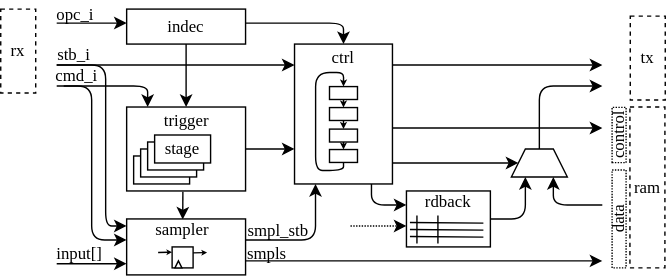
Before: doc/block_core.svg, a diagram exported from draw.io (meiniKi/logIP). Source tidied: cells renumbered, new cells last; positions are measured from the earlier drawing's top-left corner, leaving out a move shared by most shapes. Its diagram source:
```xml
<mxGraphModel>
  <root>
    <mxCell id="0" />
    <mxCell id="1" parent="0" />
    <mxCell id="2" style="edgeStyle=orthogonalEdgeStyle;rounded=1;jettySize=auto;html=1;exitX=0.5;exitY=1;exitDx=0;exitDy=0;entryX=0.5;entryY=0;entryDx=0;entryDy=0;fontFamily=Georgia;startArrow=none;startFill=0;endArrow=classic;endFill=1;endSize=6;strokeWidth=1;" parent="1" edge="1" source="3" target="22">
      <mxGeometry relative="1" as="geometry" />
    </mxCell>
    <mxCell id="3" value="indec" style="rounded=0;whiteSpace=wrap;html=1;fontFamily=Georgia;" parent="1" vertex="1">
      <mxGeometry x="90" y="6" width="85" height="25" as="geometry" />
    </mxCell>
    <mxCell id="4" style="group;" parent="1" vertex="1">
      <mxGeometry x="290" y="136" width="60" height="40" as="geometry" />
    </mxCell>
    <mxCell id="5" style="rounded=0;whiteSpace=wrap;html=1;fontFamily=Georgia;" parent="4" vertex="1">
      <mxGeometry width="60" height="40" as="geometry" />
    </mxCell>
    <mxCell id="6" style="endArrow=none;html=1;rounded=1;fontFamily=Georgia;endSize=2;strokeWidth=1;" parent="4" edge="1">
      <mxGeometry relative="1" as="geometry">
        <mxPoint x="2.5" y="22.5" as="sourcePoint" />
        <mxPoint x="55" y="23" as="targetPoint" />
      </mxGeometry>
    </mxCell>
    <mxCell id="7" style="endArrow=none;html=1;rounded=1;fontFamily=Georgia;endSize=2;strokeWidth=1;" parent="4" edge="1">
      <mxGeometry relative="1" as="geometry">
        <mxPoint x="7.5" y="17.5" as="sourcePoint" />
        <mxPoint x="7.5" y="37.5" as="targetPoint" />
      </mxGeometry>
    </mxCell>
    <mxCell id="8" style="endArrow=none;html=1;rounded=1;fontFamily=Georgia;endSize=2;strokeWidth=1;" parent="4" edge="1">
      <mxGeometry relative="1" as="geometry">
        <mxPoint x="2.5" y="27.5" as="sourcePoint" />
        <mxPoint x="55" y="28" as="targetPoint" />
      </mxGeometry>
    </mxCell>
    <mxCell id="9" style="endArrow=none;html=1;rounded=1;fontFamily=Georgia;endSize=2;strokeWidth=1;" parent="4" edge="1">
      <mxGeometry relative="1" as="geometry">
        <mxPoint x="2.5" y="32.5" as="sourcePoint" />
        <mxPoint x="55" y="33" as="targetPoint" />
      </mxGeometry>
    </mxCell>
    <mxCell id="10" style="endArrow=none;html=1;rounded=1;fontFamily=Georgia;endSize=2;strokeWidth=1;" parent="4" edge="1">
      <mxGeometry relative="1" as="geometry">
        <mxPoint x="22.5" y="17.5" as="sourcePoint" />
        <mxPoint x="22.5" y="37.5" as="targetPoint" />
      </mxGeometry>
    </mxCell>
    <mxCell id="11" value="rdback" style="text;html=1;strokeColor=none;fillColor=none;align=center;verticalAlign=middle;whiteSpace=wrap;rounded=0;fontFamily=Georgia;" parent="4" vertex="1">
      <mxGeometry width="60" height="15" as="geometry" />
    </mxCell>
    <mxCell id="12" value="opc_i" style="text;html=1;align=center;verticalAlign=middle;strokeColor=none;fillColor=none;fontFamily=Georgia;" parent="1" vertex="1">
      <mxGeometry x="33" width="40" height="20" as="geometry" />
    </mxCell>
    <mxCell id="13" style="endArrow=classic;html=1;rounded=1;fontFamily=Georgia;endSize=6;strokeWidth=1;" parent="1" edge="1">
      <mxGeometry relative="1" as="geometry">
        <mxPoint x="40" y="16" as="sourcePoint" />
        <mxPoint x="90" y="16" as="targetPoint" />
      </mxGeometry>
    </mxCell>
    <mxCell id="14" value="stb_i" style="text;html=1;align=center;verticalAlign=middle;strokeColor=none;fillColor=none;fontFamily=Georgia;" parent="1" vertex="1">
      <mxGeometry x="34" y="29" width="35" height="20" as="geometry" />
    </mxCell>
    <mxCell id="15" style="endArrow=classic;html=1;rounded=1;fontFamily=Georgia;endSize=6;strokeWidth=1;" parent="1" edge="1">
      <mxGeometry relative="1" as="geometry">
        <mxPoint x="40" y="46" as="sourcePoint" />
        <mxPoint x="210" y="46" as="targetPoint" />
      </mxGeometry>
    </mxCell>
    <mxCell id="16" style="group;" parent="1" vertex="1">
      <mxGeometry x="90" y="76" width="85" height="60" as="geometry" />
    </mxCell>
    <mxCell id="17" style="rounded=0;whiteSpace=wrap;html=1;fontFamily=Georgia;" parent="16" vertex="1">
      <mxGeometry width="85" height="60" as="geometry" />
    </mxCell>
    <mxCell id="18" style="rounded=0;whiteSpace=wrap;html=1;fontFamily=Georgia;" parent="16" vertex="1">
      <mxGeometry x="5" y="35" width="40" height="20" as="geometry" />
    </mxCell>
    <mxCell id="19" style="rounded=0;whiteSpace=wrap;html=1;fontFamily=Georgia;" parent="16" vertex="1">
      <mxGeometry x="10" y="30" width="40" height="20" as="geometry" />
    </mxCell>
    <mxCell id="20" style="rounded=0;whiteSpace=wrap;html=1;fontFamily=Georgia;" parent="16" vertex="1">
      <mxGeometry x="15" y="25" width="40" height="20" as="geometry" />
    </mxCell>
    <mxCell id="21" value="stage" style="rounded=0;whiteSpace=wrap;html=1;fontFamily=Georgia;" parent="16" vertex="1">
      <mxGeometry x="20" y="20" width="40" height="20" as="geometry" />
    </mxCell>
    <mxCell id="22" value="trigger" style="text;html=1;strokeColor=none;fillColor=none;align=center;verticalAlign=middle;whiteSpace=wrap;rounded=0;fontFamily=Georgia;" parent="16" vertex="1">
      <mxGeometry x="12.5" width="60" height="20" as="geometry" />
    </mxCell>
    <mxCell id="23" value="cmd_i" style="text;html=1;align=center;verticalAlign=middle;strokeColor=none;fillColor=none;fontFamily=Georgia;" parent="1" vertex="1">
      <mxGeometry x="31.5" y="43.5" width="45" height="20" as="geometry" />
    </mxCell>
    <mxCell id="24" style="endArrow=classic;html=1;rounded=1;fontFamily=Georgia;endSize=6;strokeWidth=1;" parent="1" edge="1">
      <mxGeometry relative="1" as="geometry">
        <mxPoint x="40" y="61" as="sourcePoint" />
        <mxPoint x="105" y="76" as="targetPoint" />
        <Array as="points">
          <mxPoint x="105" y="61" />
        </Array>
      </mxGeometry>
    </mxCell>
    <mxCell id="25" style="endArrow=classic;html=1;rounded=1;fontFamily=Georgia;endSize=6;strokeWidth=1;entryX=0.501;entryY=0.031;entryDx=0;entryDy=0;entryPerimeter=0;exitX=0.473;exitY=1.009;exitDx=0;exitDy=0;exitPerimeter=0;" parent="1" edge="1" source="17" target="45">
      <mxGeometry relative="1" as="geometry" />
    </mxCell>
    <mxCell id="26" style="shape=trapezoid;perimeter=trapezoidPerimeter;whiteSpace=wrap;html=1;fixedSize=1;fontFamily=Georgia;size=10;rotation=0;" parent="1" vertex="1">
      <mxGeometry x="365" y="106" width="40" height="20" as="geometry" />
    </mxCell>
    <mxCell id="27" style="group;" parent="1" vertex="1">
      <mxGeometry x="210" y="31" width="70" height="100" as="geometry" />
    </mxCell>
    <mxCell id="28" style="rounded=0;whiteSpace=wrap;html=1;fontFamily=Georgia;" parent="27" vertex="1">
      <mxGeometry width="70" height="100" as="geometry" />
    </mxCell>
    <mxCell id="29" style="rounded=0;whiteSpace=wrap;html=1;fontFamily=Georgia;" parent="27" vertex="1">
      <mxGeometry x="25" y="30.4" width="20" height="9.2" as="geometry" />
    </mxCell>
    <mxCell id="30" style="rounded=0;whiteSpace=wrap;html=1;fontFamily=Georgia;" parent="27" vertex="1">
      <mxGeometry x="25" y="45.4" width="20" height="9.2" as="geometry" />
    </mxCell>
    <mxCell id="31" style="edgeStyle=orthogonalEdgeStyle;rounded=1;jettySize=auto;html=1;exitX=0.5;exitY=1;exitDx=0;exitDy=0;entryX=0.5;entryY=0;entryDx=0;entryDy=0;fontFamily=Georgia;startArrow=none;startFill=0;endArrow=classic;endFill=1;strokeWidth=1;endSize=2;" parent="27" edge="1" source="29" target="30">
      <mxGeometry relative="1" as="geometry" />
    </mxCell>
    <mxCell id="32" style="rounded=0;whiteSpace=wrap;html=1;fontFamily=Georgia;" parent="27" vertex="1">
      <mxGeometry x="25" y="60.8" width="20" height="9.2" as="geometry" />
    </mxCell>
    <mxCell id="33" style="edgeStyle=orthogonalEdgeStyle;rounded=1;jettySize=auto;html=1;exitX=0.5;exitY=1;exitDx=0;exitDy=0;entryX=0.5;entryY=0;entryDx=0;entryDy=0;fontFamily=Georgia;startArrow=none;startFill=0;endArrow=classic;endFill=1;endSize=2;strokeWidth=1;" parent="27" edge="1" source="30" target="32">
      <mxGeometry relative="1" as="geometry" />
    </mxCell>
    <mxCell id="34" style="edgeStyle=orthogonalEdgeStyle;rounded=1;jettySize=auto;html=1;exitX=0.5;exitY=1;exitDx=0;exitDy=0;entryX=0.5;entryY=0;entryDx=0;entryDy=0;fontFamily=Georgia;startArrow=none;startFill=0;endArrow=classic;endFill=1;endSize=2;strokeWidth=1;" parent="27" edge="1" source="35" target="29">
      <mxGeometry relative="1" as="geometry">
        <Array as="points">
          <mxPoint x="35" y="90.4" />
          <mxPoint x="15" y="90.4" />
          <mxPoint x="15" y="20.4" />
          <mxPoint x="35" y="20.4" />
        </Array>
      </mxGeometry>
    </mxCell>
    <mxCell id="35" style="rounded=0;whiteSpace=wrap;html=1;fontFamily=Georgia;" parent="27" vertex="1">
      <mxGeometry x="25" y="75.4" width="20" height="9.2" as="geometry" />
    </mxCell>
    <mxCell id="36" style="edgeStyle=orthogonalEdgeStyle;rounded=1;jettySize=auto;html=1;exitX=0.5;exitY=1;exitDx=0;exitDy=0;entryX=0.5;entryY=0;entryDx=0;entryDy=0;fontFamily=Georgia;startArrow=none;startFill=0;endArrow=classic;endFill=1;endSize=2;strokeWidth=1;" parent="27" edge="1" source="32" target="35">
      <mxGeometry relative="1" as="geometry" />
    </mxCell>
    <mxCell id="37" value="ctrl" style="text;html=1;strokeColor=none;fillColor=none;align=center;verticalAlign=middle;whiteSpace=wrap;rounded=0;fontFamily=Georgia;" parent="27" vertex="1">
      <mxGeometry x="5" y="0.4" width="60" height="18.5" as="geometry" />
    </mxCell>
    <mxCell id="38" style="endArrow=classic;html=1;rounded=1;fontFamily=Georgia;endSize=6;strokeWidth=1;" parent="1" edge="1">
      <mxGeometry relative="1" as="geometry">
        <mxPoint x="45" y="61" as="sourcePoint" />
        <mxPoint x="90" y="171" as="targetPoint" />
        <Array as="points">
          <mxPoint x="65" y="61" />
          <mxPoint x="65" y="111" />
          <mxPoint x="65" y="171" />
        </Array>
      </mxGeometry>
    </mxCell>
    <mxCell id="39" style="group;" parent="1" vertex="1">
      <mxGeometry x="90" y="156" width="85" height="40" as="geometry" />
    </mxCell>
    <mxCell id="40" style="rounded=0;whiteSpace=wrap;html=1;fontFamily=Georgia;" parent="39" vertex="1">
      <mxGeometry width="85" height="40" as="geometry" />
    </mxCell>
    <mxCell id="41" style="rounded=0;whiteSpace=wrap;html=1;fontFamily=Georgia;" parent="39" vertex="1">
      <mxGeometry x="32.5" y="20" width="15" height="15" as="geometry" />
    </mxCell>
    <mxCell id="42" style="triangle;whiteSpace=wrap;html=1;fontFamily=Georgia;rotation=-90;" parent="39" vertex="1">
      <mxGeometry x="34.5" y="30" width="5" height="5" as="geometry" />
    </mxCell>
    <mxCell id="43" style="endArrow=classic;html=1;rounded=1;fontFamily=Georgia;endSize=1;strokeWidth=1;entryX=0;entryY=0.25;entryDx=0;entryDy=0;" parent="39" edge="1" target="41">
      <mxGeometry relative="1" as="geometry">
        <mxPoint x="22.5" y="24" as="sourcePoint" />
      </mxGeometry>
    </mxCell>
    <mxCell id="44" style="endArrow=classic;html=1;rounded=1;fontFamily=Georgia;endSize=1;strokeWidth=1;entryX=0;entryY=0.25;entryDx=0;entryDy=0;" parent="39" edge="1">
      <mxGeometry relative="1" as="geometry">
        <mxPoint x="47.5" y="24.2" as="sourcePoint" />
        <mxPoint x="57.5" y="24" as="targetPoint" />
      </mxGeometry>
    </mxCell>
    <mxCell id="45" value="sampler" style="text;html=1;strokeColor=none;fillColor=none;align=center;verticalAlign=middle;whiteSpace=wrap;rounded=0;fontFamily=Georgia;" parent="39" vertex="1">
      <mxGeometry x="10" width="60" height="15" as="geometry" />
    </mxCell>
    <mxCell id="46" value="input[]" style="text;html=1;align=center;verticalAlign=middle;strokeColor=none;fillColor=none;fontFamily=Georgia;" parent="1" vertex="1">
      <mxGeometry x="33" y="171" width="45" height="20" as="geometry" />
    </mxCell>
    <mxCell id="47" style="endArrow=classic;html=1;rounded=1;fontFamily=Georgia;endSize=6;strokeWidth=1;" parent="1" edge="1">
      <mxGeometry relative="1" as="geometry">
        <mxPoint x="40" y="188" as="sourcePoint" />
        <mxPoint x="90" y="188" as="targetPoint" />
      </mxGeometry>
    </mxCell>
    <mxCell id="48" style="endArrow=classic;html=1;rounded=1;fontFamily=Georgia;endSize=6;strokeWidth=1;" parent="1" edge="1">
      <mxGeometry relative="1" as="geometry">
        <mxPoint x="40" y="46" as="sourcePoint" />
        <mxPoint x="90" y="161" as="targetPoint" />
        <Array as="points">
          <mxPoint x="75" y="46" />
          <mxPoint x="75" y="161" />
        </Array>
      </mxGeometry>
    </mxCell>
    <mxCell id="49" style="endArrow=classic;html=1;rounded=1;fontFamily=Georgia;endSize=6;strokeWidth=1;" parent="1" edge="1">
      <mxGeometry relative="1" as="geometry">
        <mxPoint x="175" y="106" as="sourcePoint" />
        <mxPoint x="210" y="106" as="targetPoint" />
      </mxGeometry>
    </mxCell>
    <mxCell id="50" style="endArrow=classic;html=1;rounded=1;fontFamily=Georgia;endSize=6;strokeWidth=1;" parent="1" edge="1">
      <mxGeometry relative="1" as="geometry">
        <mxPoint x="175" y="171" as="sourcePoint" />
        <mxPoint x="225" y="131" as="targetPoint" />
        <Array as="points">
          <mxPoint x="225" y="171" />
          <mxPoint x="225" y="146" />
        </Array>
      </mxGeometry>
    </mxCell>
    <mxCell id="51" value="smpl_stb" style="text;html=1;align=center;verticalAlign=middle;strokeColor=none;fillColor=none;fontFamily=Georgia;" parent="1" vertex="1">
      <mxGeometry x="170" y="155" width="55" height="20" as="geometry" />
    </mxCell>
    <mxCell id="52" style="endArrow=classic;html=1;rounded=1;fontFamily=Georgia;endSize=6;strokeWidth=1;" parent="1" edge="1">
      <mxGeometry relative="1" as="geometry">
        <mxPoint x="280" y="46" as="sourcePoint" />
        <mxPoint x="430" y="46" as="targetPoint" />
      </mxGeometry>
    </mxCell>
    <mxCell id="53" value="rx" style="rounded=0;whiteSpace=wrap;html=1;fontFamily=Georgia;dashed=1;" parent="1" vertex="1">
      <mxGeometry y="6" width="25" height="60" as="geometry" />
    </mxCell>
    <mxCell id="54" value="tx" style="rounded=0;whiteSpace=wrap;html=1;fontFamily=Georgia;dashed=1;" parent="1" vertex="1">
      <mxGeometry x="450" y="11" width="25" height="60" as="geometry" />
    </mxCell>
    <mxCell id="55" value="ram" style="rounded=0;whiteSpace=wrap;html=1;fontFamily=Georgia;dashed=1;" parent="1" vertex="1">
      <mxGeometry x="449.8" y="76" width="25" height="115" as="geometry" />
    </mxCell>
    <mxCell id="56" style="endArrow=classic;html=1;rounded=1;fontFamily=Georgia;endSize=6;strokeWidth=1;" parent="1" edge="1">
      <mxGeometry relative="1" as="geometry">
        <mxPoint x="350" y="156" as="sourcePoint" />
        <mxPoint x="375" y="126" as="targetPoint" />
        <Array as="points">
          <mxPoint x="375" y="156" />
        </Array>
      </mxGeometry>
    </mxCell>
    <mxCell id="57" style="endArrow=classic;html=1;rounded=1;fontFamily=Georgia;endSize=6;strokeWidth=1;" parent="1" edge="1">
      <mxGeometry relative="1" as="geometry">
        <mxPoint x="430" y="146" as="sourcePoint" />
        <mxPoint x="395" y="126" as="targetPoint" />
        <Array as="points">
          <mxPoint x="395" y="146" />
        </Array>
      </mxGeometry>
    </mxCell>
    <mxCell id="58" style="endArrow=classic;html=1;rounded=1;fontFamily=Georgia;endSize=6;strokeWidth=1;" parent="1" edge="1">
      <mxGeometry relative="1" as="geometry">
        <mxPoint x="280" y="116" as="sourcePoint" />
        <mxPoint x="370" y="116" as="targetPoint" />
      </mxGeometry>
    </mxCell>
    <mxCell id="59" style="endArrow=classic;html=1;rounded=1;fontFamily=Georgia;endSize=6;strokeWidth=1;" parent="1" edge="1">
      <mxGeometry relative="1" as="geometry">
        <mxPoint x="385" y="106" as="sourcePoint" />
        <mxPoint x="430" y="61" as="targetPoint" />
        <Array as="points">
          <mxPoint x="385" y="61" />
        </Array>
      </mxGeometry>
    </mxCell>
    <mxCell id="60" style="endArrow=classic;html=1;rounded=1;fontFamily=Georgia;endSize=6;strokeWidth=1;" parent="1" edge="1">
      <mxGeometry relative="1" as="geometry">
        <mxPoint x="265" y="131" as="sourcePoint" />
        <mxPoint x="290" y="146" as="targetPoint" />
        <Array as="points">
          <mxPoint x="265" y="146" />
        </Array>
      </mxGeometry>
    </mxCell>
    <mxCell id="61" style="endArrow=classic;html=1;rounded=1;fontFamily=Georgia;endSize=6;strokeWidth=1;dashed=1;dashPattern=1 1;" parent="1" edge="1">
      <mxGeometry relative="1" as="geometry">
        <mxPoint x="250" y="161" as="sourcePoint" />
        <mxPoint x="290" y="161" as="targetPoint" />
      </mxGeometry>
    </mxCell>
    <mxCell id="62" style="endArrow=classic;html=1;rounded=1;fontFamily=Georgia;endSize=6;strokeWidth=1;" parent="1" edge="1">
      <mxGeometry relative="1" as="geometry">
        <mxPoint x="175" y="186" as="sourcePoint" />
        <mxPoint x="430" y="186" as="targetPoint" />
      </mxGeometry>
    </mxCell>
    <mxCell id="63" value="smpls" style="text;html=1;align=center;verticalAlign=middle;strokeColor=none;fillColor=none;fontFamily=Georgia;" parent="1" vertex="1">
      <mxGeometry x="170" y="171" width="40" height="20" as="geometry" />
    </mxCell>
    <mxCell id="64" style="endArrow=classic;html=1;rounded=1;fontFamily=Georgia;endSize=6;strokeWidth=1;" parent="1" edge="1">
      <mxGeometry relative="1" as="geometry">
        <mxPoint x="280" y="91" as="sourcePoint" />
        <mxPoint x="430" y="91" as="targetPoint" />
      </mxGeometry>
    </mxCell>
    <mxCell id="65" value="data" style="rounded=0;whiteSpace=wrap;html=1;fontFamily=Georgia;dashed=1;rotation=-90;dashPattern=1 1;" parent="1" vertex="1">
      <mxGeometry x="407" y="151" width="70" height="10" as="geometry" />
    </mxCell>
    <mxCell id="66" value="control" style="rounded=0;whiteSpace=wrap;html=1;fontFamily=Georgia;dashed=1;rotation=-90;dashPattern=1 1;" parent="1" vertex="1">
      <mxGeometry x="422.2" y="91" width="39.5" height="10" as="geometry" />
    </mxCell>
    <mxCell id="67" style="endArrow=classic;html=1;rounded=1;fontFamily=Georgia;endSize=6;strokeWidth=1;" parent="1" edge="1">
      <mxGeometry relative="1" as="geometry">
        <mxPoint x="175" y="16" as="sourcePoint" />
        <mxPoint x="245" y="31" as="targetPoint" />
        <Array as="points">
          <mxPoint x="245" y="16" />
        </Array>
      </mxGeometry>
    </mxCell>
  </root>
</mxGraphModel>
```
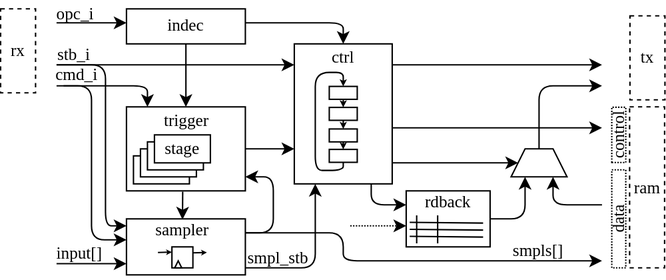
Above is the later version.

Commit message:
Fixed block diagram

What changed in the source:
```diff
@@ -208,16 +208,16 @@
     </mxCell>
     <mxCell id="50" style="endArrow=classic;html=1;rounded=1;fontFamily=Georgia;endSize=6;strokeWidth=1;" parent="1" edge="1">
       <mxGeometry relative="1" as="geometry">
-        <mxPoint x="175" y="171" as="sourcePoint" />
+        <mxPoint x="175" y="191" as="sourcePoint" />
         <mxPoint x="225" y="131" as="targetPoint" />
         <Array as="points">
-          <mxPoint x="225" y="171" />
-          <mxPoint x="225" y="146" />
+          <mxPoint x="225" y="191" />
+          <mxPoint x="225" y="166" />
         </Array>
       </mxGeometry>
     </mxCell>
     <mxCell id="51" value="smpl_stb" style="text;html=1;align=center;verticalAlign=middle;strokeColor=none;fillColor=none;fontFamily=Georgia;" parent="1" vertex="1">
-      <mxGeometry x="170" y="155" width="55" height="20" as="geometry" />
+      <mxGeometry x="170" y="174" width="55" height="20" as="geometry" />
     </mxCell>
     <mxCell id="52" style="endArrow=classic;html=1;rounded=1;fontFamily=Georgia;endSize=6;strokeWidth=1;" parent="1" edge="1">
       <mxGeometry relative="1" as="geometry">
@@ -284,12 +284,16 @@
     </mxCell>
     <mxCell id="62" style="endArrow=classic;html=1;rounded=1;fontFamily=Georgia;endSize=6;strokeWidth=1;" parent="1" edge="1">
       <mxGeometry relative="1" as="geometry">
-        <mxPoint x="175" y="186" as="sourcePoint" />
+        <mxPoint x="175" y="166" as="sourcePoint" />
         <mxPoint x="430" y="186" as="targetPoint" />
+        <Array as="points">
+          <mxPoint x="245" y="166" />
+          <mxPoint x="245" y="186" />
+        </Array>
       </mxGeometry>
     </mxCell>
-    <mxCell id="63" value="smpls" style="text;html=1;align=center;verticalAlign=middle;strokeColor=none;fillColor=none;fontFamily=Georgia;" parent="1" vertex="1">
-      <mxGeometry x="170" y="171" width="40" height="20" as="geometry" />
+    <mxCell id="63" value="smpls[]" style="text;html=1;align=center;verticalAlign=middle;strokeColor=none;fillColor=none;fontFamily=Georgia;" parent="1" vertex="1">
+      <mxGeometry x="359" y="169" width="50" height="20" as="geometry" />
     </mxCell>
     <mxCell id="64" style="endArrow=classic;html=1;rounded=1;fontFamily=Georgia;endSize=6;strokeWidth=1;" parent="1" edge="1">
       <mxGeometry relative="1" as="geometry">
@@ -312,5 +316,15 @@
         </Array>
       </mxGeometry>
     </mxCell>
+    <mxCell id="68" style="endArrow=classic;html=1;rounded=1;fontFamily=Georgia;endSize=6;strokeWidth=1;" parent="1" edge="1">
+      <mxGeometry relative="1" as="geometry">
+        <mxPoint x="175" y="166" as="sourcePoint" />
+        <mxPoint x="175" y="126" as="targetPoint" />
+        <Array as="points">
+          <mxPoint x="195" y="166" />
+          <mxPoint x="195" y="126" />
+        </Array>
+      </mxGeometry>
+    </mxCell>
   </root>
 </mxGraphModel>
```
